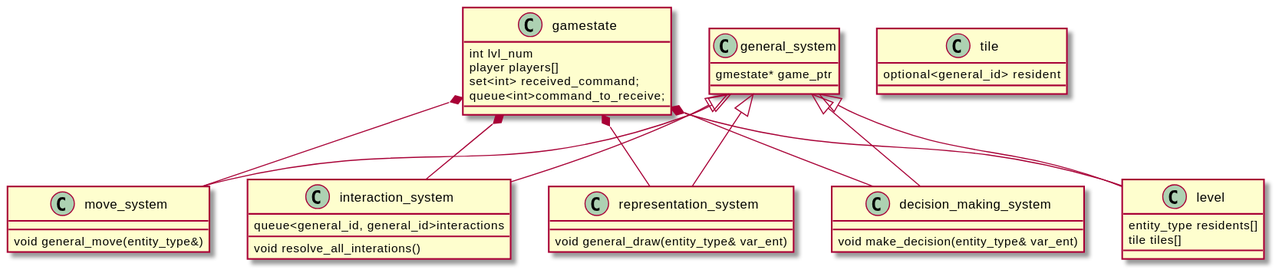
Before: uml/gameStructureDiagram.svg, a diagram exported from PlantUML (FrogOfJuly/rogue-like). Source of this version:
```plantuml
@startuml gameStructureDiagram

class gamestate{
    {field} int lvl_num
    {field} player players[]
    {field} set<int> received_command;
    {field} queue<int>command_to_receive;
}

class level{
    {field} entity_type residents[]
    {field} tile tiles[]
}

class tile{
    {field} optional<general_id> resident
}

class move_system{
    {method} void general_move(entity_type&)
}
class interaction_system{
    {field} queue<general_id, general_id>interactions
    {method} void resolve_all_interations()
}

class representation_system{
    {method} void general_draw(entity_type& var_ent)
}

class decision_making_system{
    {method} void make_decision(entity_type& var_ent)
}

class general_system{
    {field} gmestate* game_ptr
}

gamestate *-- level
gamestate *-- move_system
gamestate *-- interaction_system
gamestate *-- representation_system
gamestate *-- decision_making_system

general_system <|-- level
general_system <|-- move_system
general_system <|-- interaction_system
general_system <|-- representation_system
general_system <|-- decision_making_system


@enduml
```
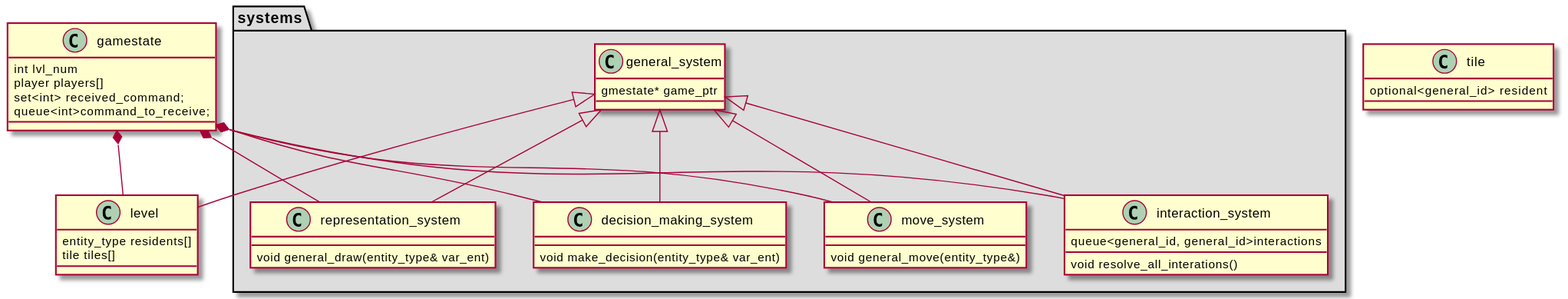
Above is the later version.

Change to the diagram source:
```diff
@@ -15,26 +15,28 @@
 class tile{
     {field} optional<general_id> resident
 }
+package "systems" #DDDDDD{
+    class move_system{
+        {method} void general_move(entity_type&)
+    }
+    class interaction_system{
+        {field} queue<general_id, general_id>interactions
+        {method} void resolve_all_interations()
+    }
 
-class move_system{
-    {method} void general_move(entity_type&)
-}
-class interaction_system{
-    {field} queue<general_id, general_id>interactions
-    {method} void resolve_all_interations()
+    class representation_system{
+        {method} void general_draw(entity_type& var_ent)
+    }
+
+    class decision_making_system{
+        {method} void make_decision(entity_type& var_ent)
+    }
+
+    class general_system{
+        {field} gmestate* game_ptr
+    }
 }
 
-class representation_system{
-    {method} void general_draw(entity_type& var_ent)
-}
-
-class decision_making_system{
-    {method} void make_decision(entity_type& var_ent)
-}
-
-class general_system{
-    {field} gmestate* game_ptr
-}
 
 gamestate *-- level
 gamestate *-- move_system
```
